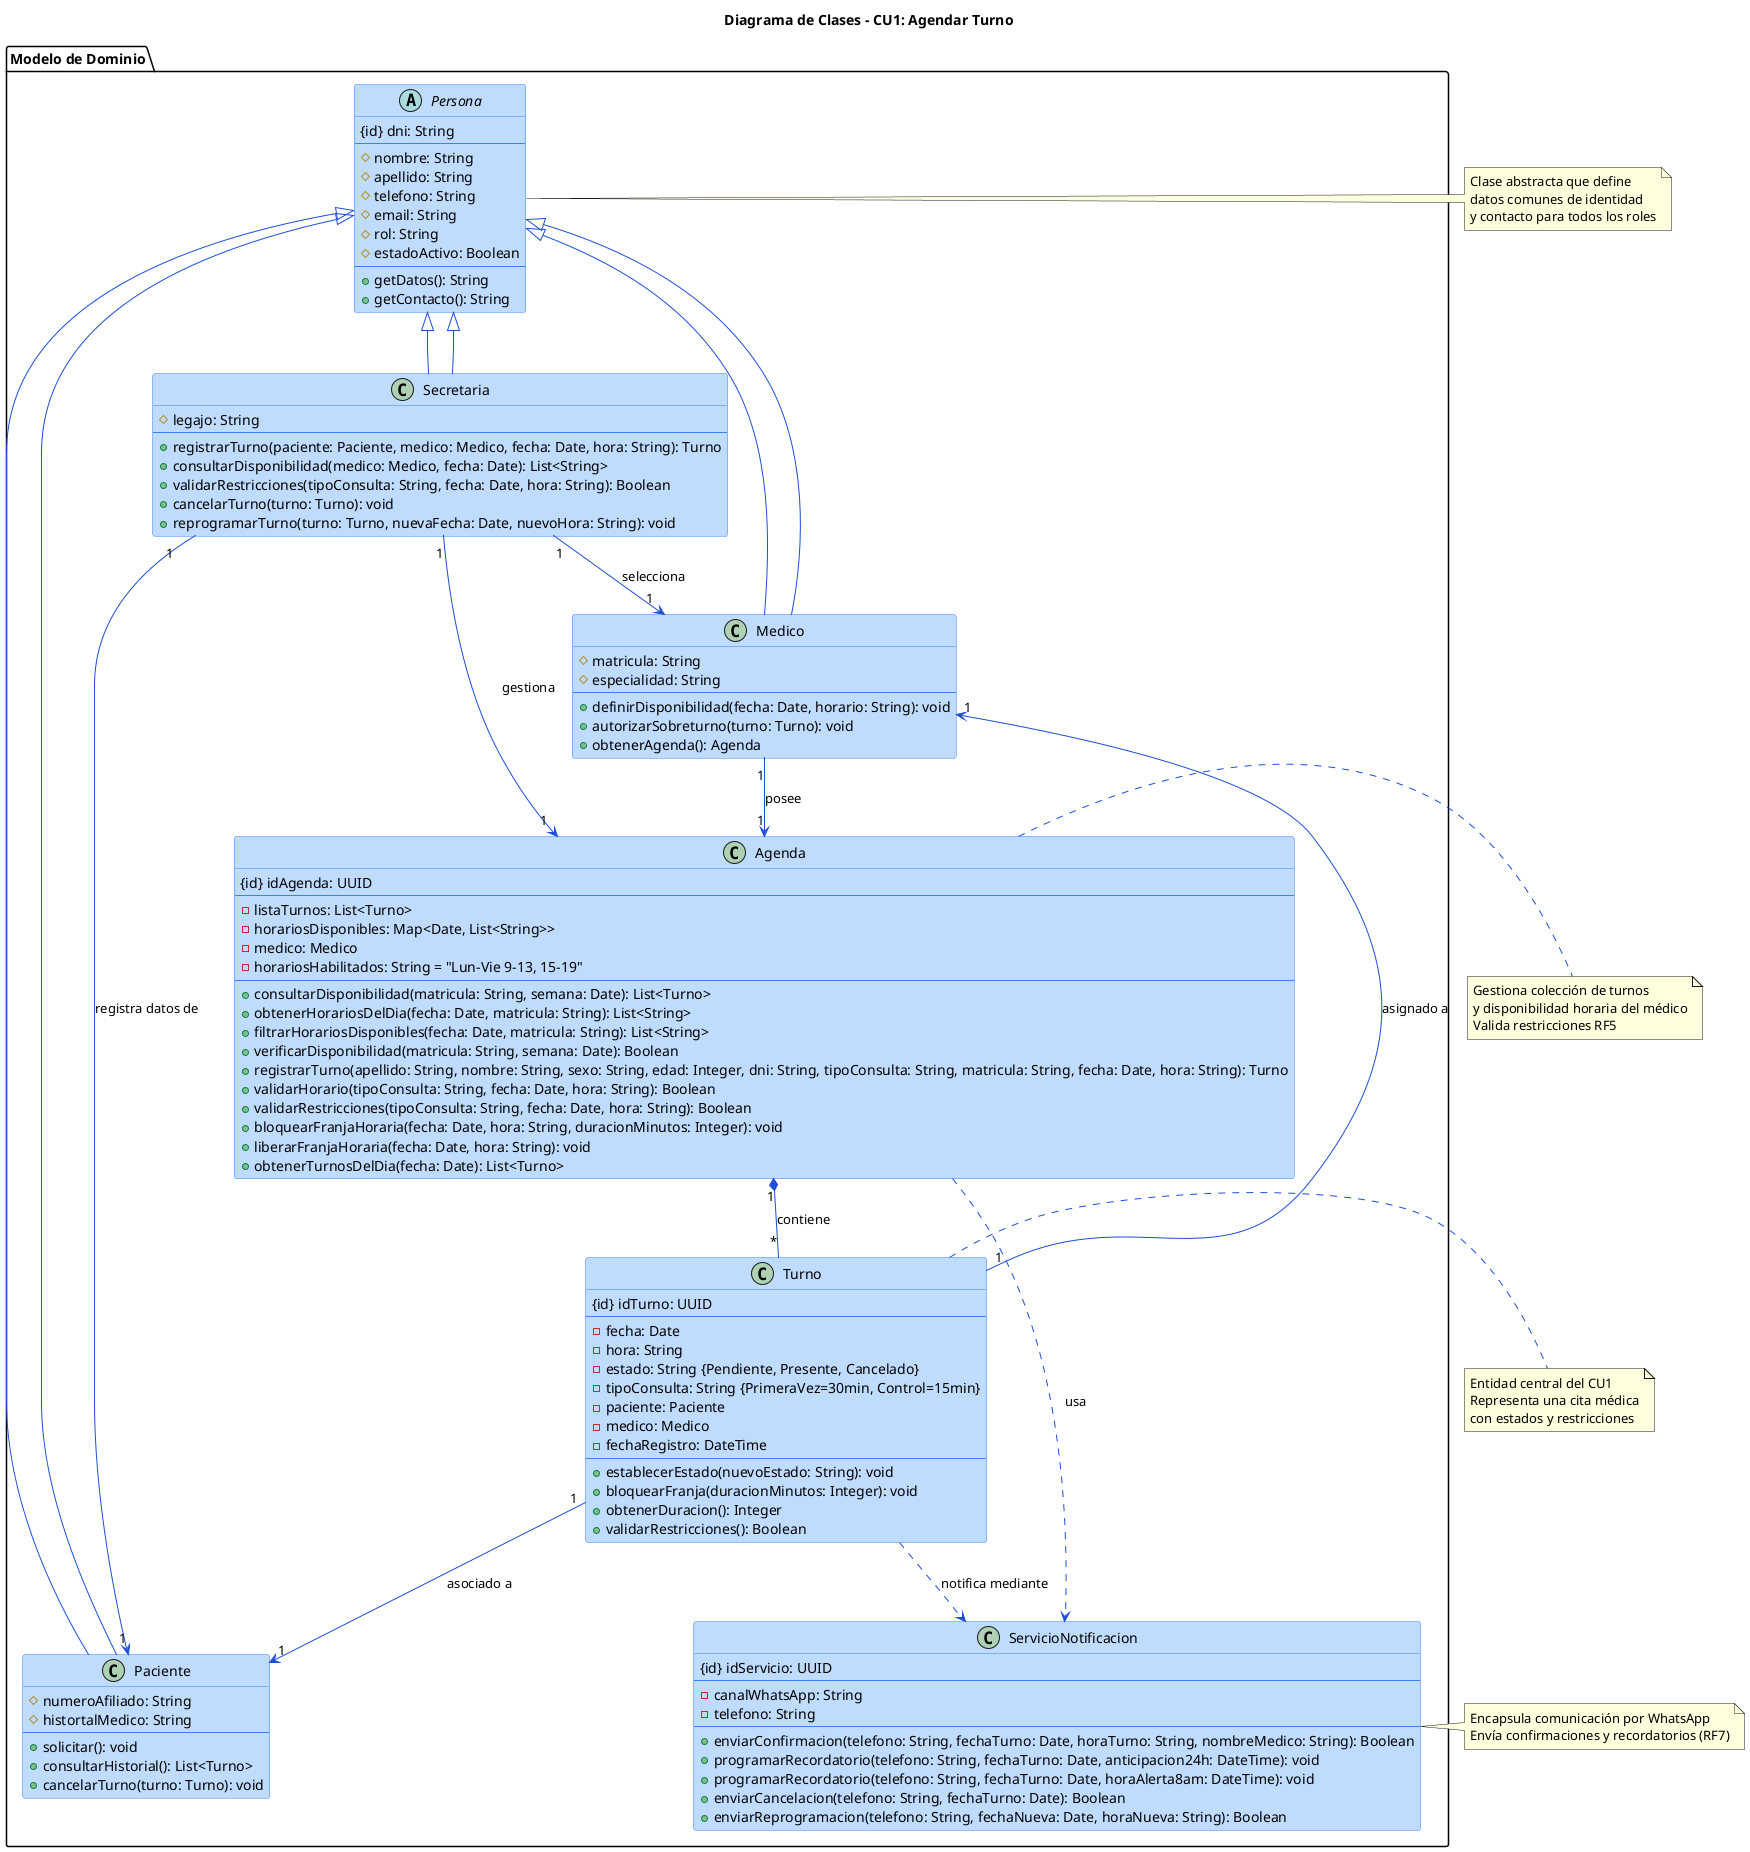
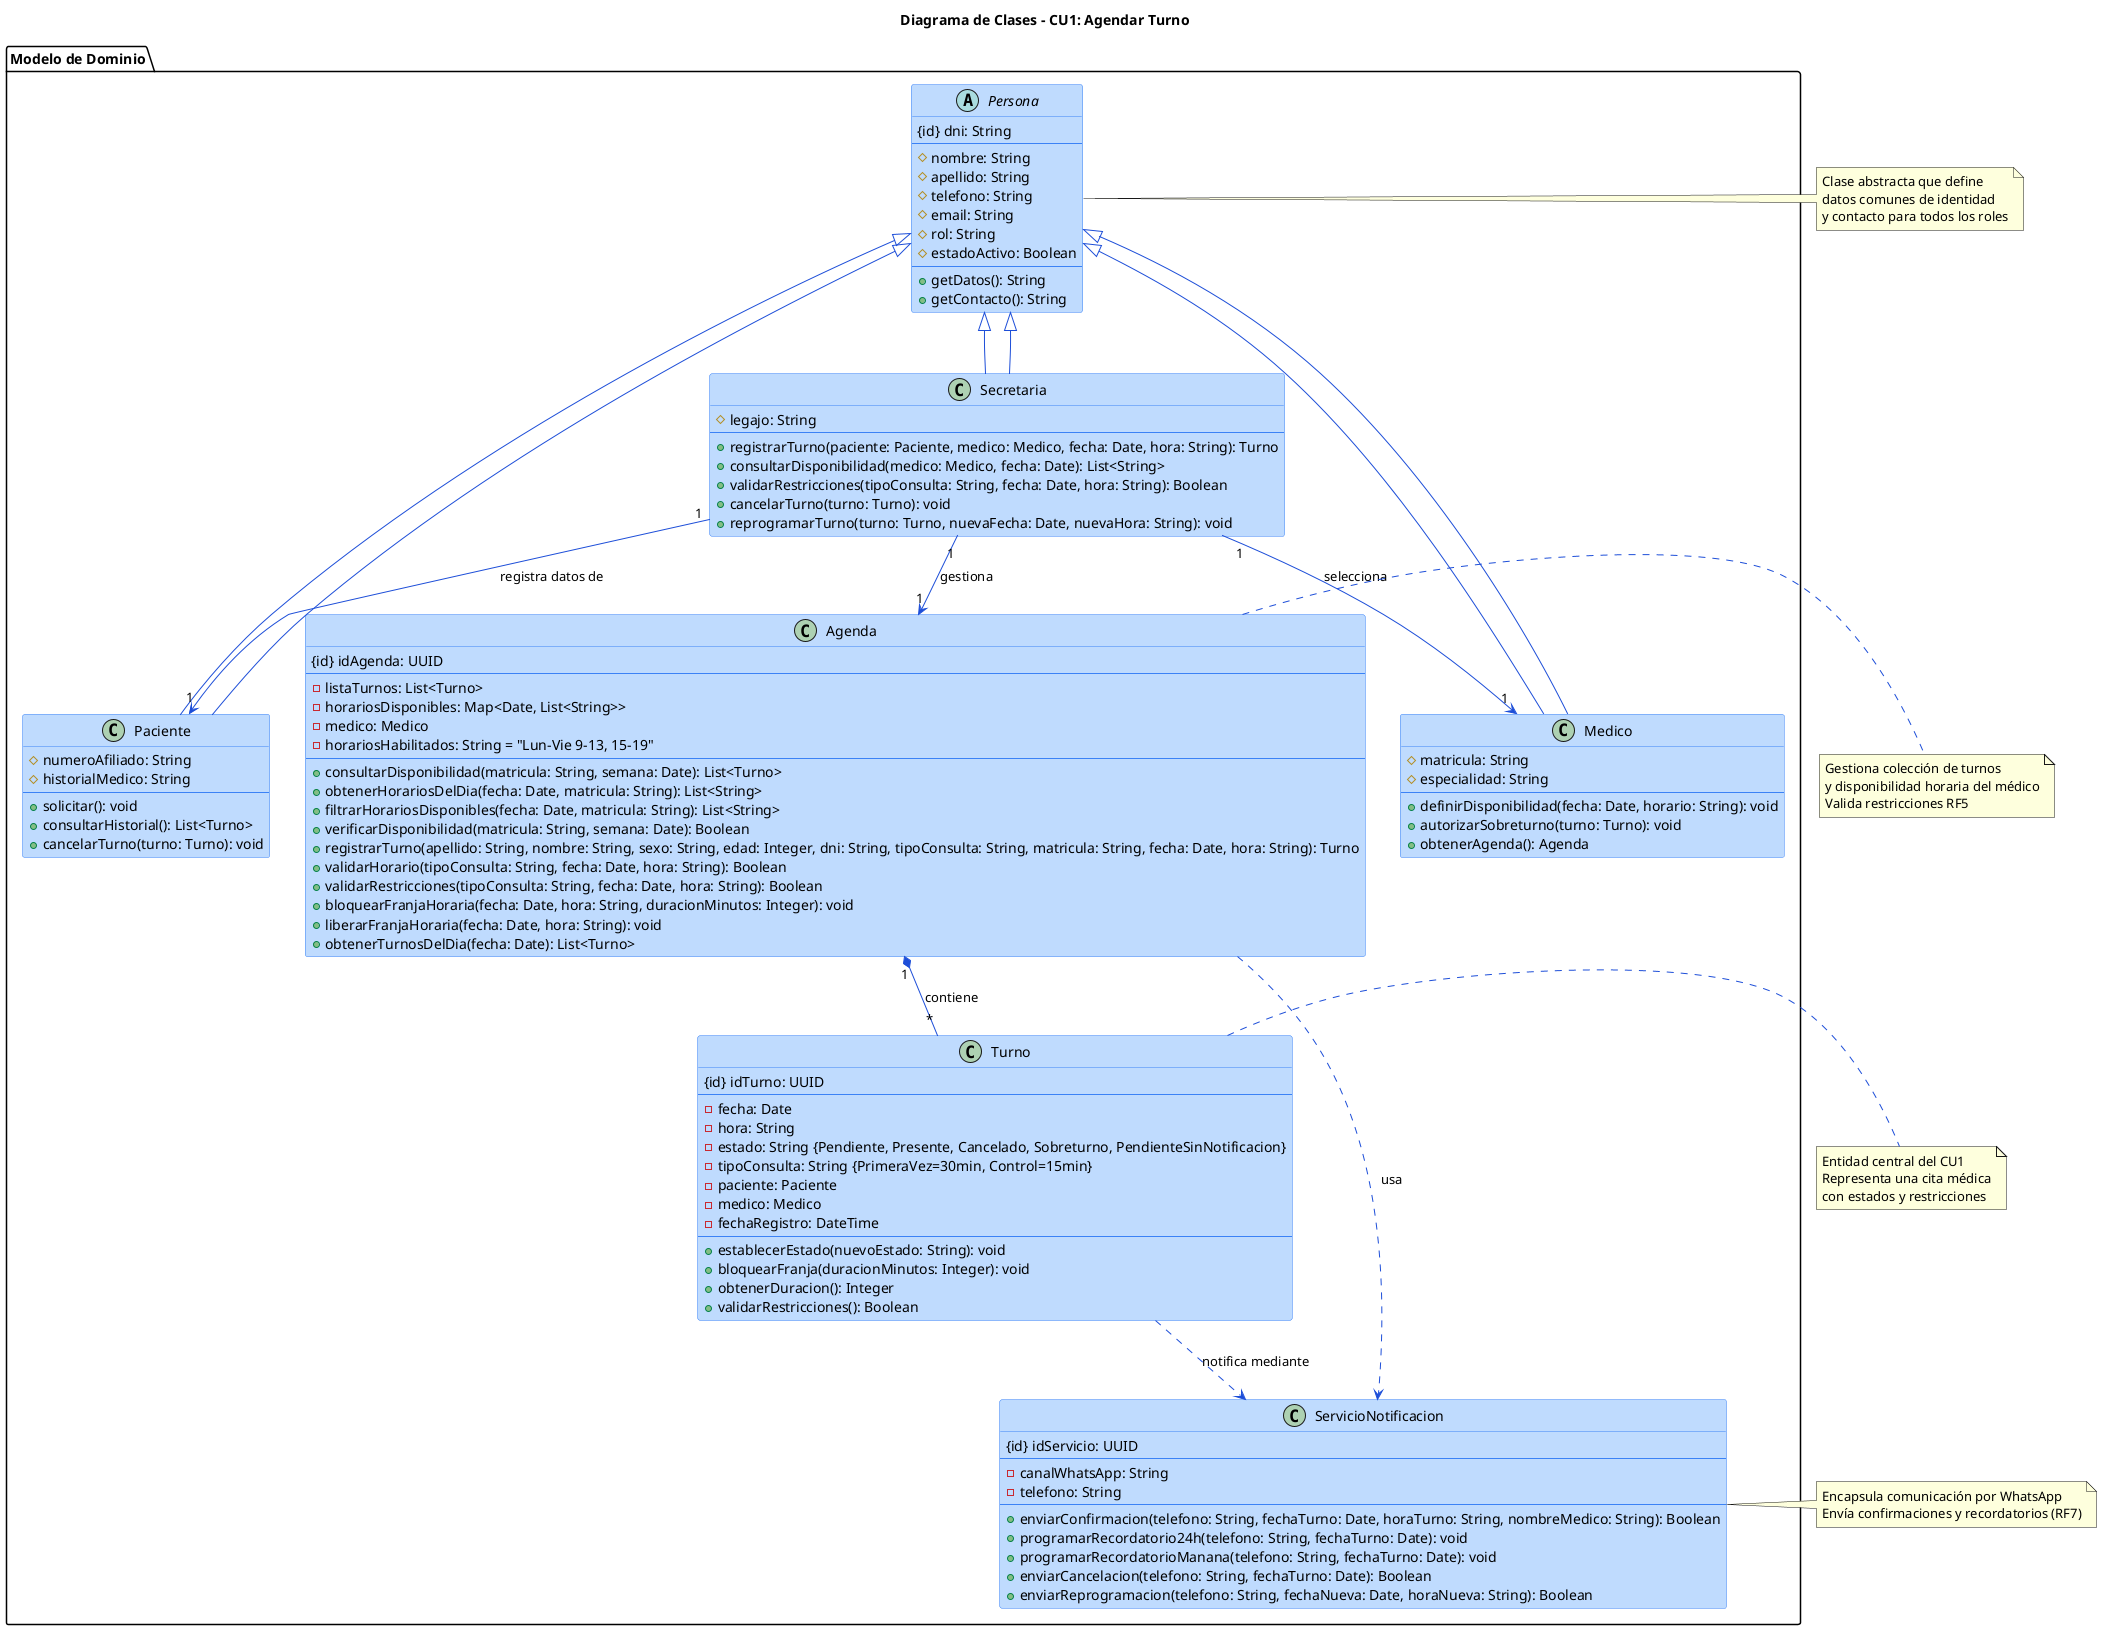
@startuml 01-clases-agendar-turno-01

!define ABSTRACT_COLOR #EFF6FF
!define CLASS_COLOR #BFDBFE
!define INTERFACE_COLOR #DBEAFE
!define ENTITY_COLOR #F0F9FF

skinparam backgroundColor #FFFFFF
skinparam classBackgroundColor CLASS_COLOR
skinparam classBorderColor #3B82F6
skinparam classArrowColor #1D4ED8
skinparam classHeaderBackgroundColor #BFDBFE

title Diagrama de Clases - CU1: Agendar Turno

package "Modelo de Dominio" {

    abstract class Persona {
        {id} dni: String
        --
        # nombre: String
        # apellido: String
        # telefono: String
        # email: String
        # rol: String
        # estadoActivo: Boolean
        --
        + getDatos(): String
        + getContacto(): String
    }

    class Paciente extends Persona {
        # numeroAfiliado: String
-         # histortalMedico: String
+         # historialMedico: String
        --
        + solicitar(): void
        + consultarHistorial(): List<Turno>
        + cancelarTurno(turno: Turno): void
    }

    class Medico extends Persona {
        # matricula: String
        # especialidad: String
        --
        + definirDisponibilidad(fecha: Date, horario: String): void
        + autorizarSobreturno(turno: Turno): void
        + obtenerAgenda(): Agenda
    }

    class Secretaria extends Persona {
        # legajo: String
        --
        + registrarTurno(paciente: Paciente, medico: Medico, fecha: Date, hora: String): Turno
        + consultarDisponibilidad(medico: Medico, fecha: Date): List<String>
        + validarRestricciones(tipoConsulta: String, fecha: Date, hora: String): Boolean
        + cancelarTurno(turno: Turno): void
-         + reprogramarTurno(turno: Turno, nuevaFecha: Date, nuevoHora: String): void
+         + reprogramarTurno(turno: Turno, nuevaFecha: Date, nuevaHora: String): void
    }

    class Turno {
        {id} idTurno: UUID
        --
        - fecha: Date
        - hora: String
-         - estado: String {Pendiente, Presente, Cancelado}
+         - estado: String {Pendiente, Presente, Cancelado, Sobreturno, PendienteSinNotificacion}
        - tipoConsulta: String {PrimeraVez=30min, Control=15min}
        - paciente: Paciente
        - medico: Medico
        - fechaRegistro: DateTime
        --
        + establecerEstado(nuevoEstado: String): void
        + bloquearFranja(duracionMinutos: Integer): void
        + obtenerDuracion(): Integer
        + validarRestricciones(): Boolean
    }

    class Agenda {
        {id} idAgenda: UUID
        --
        - listaTurnos: List<Turno>
        - horariosDisponibles: Map<Date, List<String>>
        - medico: Medico
        - horariosHabilitados: String = "Lun-Vie 9-13, 15-19"
        --
        + consultarDisponibilidad(matricula: String, semana: Date): List<Turno>
        + obtenerHorariosDelDia(fecha: Date, matricula: String): List<String>
        + filtrarHorariosDisponibles(fecha: Date, matricula: String): List<String>
        + verificarDisponibilidad(matricula: String, semana: Date): Boolean
        + registrarTurno(apellido: String, nombre: String, sexo: String, edad: Integer, dni: String, tipoConsulta: String, matricula: String, fecha: Date, hora: String): Turno
        + validarHorario(tipoConsulta: String, fecha: Date, hora: String): Boolean
        + validarRestricciones(tipoConsulta: String, fecha: Date, hora: String): Boolean
        + bloquearFranjaHoraria(fecha: Date, hora: String, duracionMinutos: Integer): void
        + liberarFranjaHoraria(fecha: Date, hora: String): void
        + obtenerTurnosDelDia(fecha: Date): List<Turno>
    }

    class ServicioNotificacion {
        {id} idServicio: UUID
        --
        - canalWhatsApp: String
        - telefono: String
        --
        + enviarConfirmacion(telefono: String, fechaTurno: Date, horaTurno: String, nombreMedico: String): Boolean
-         + programarRecordatorio(telefono: String, fechaTurno: Date, anticipacion24h: DateTime): void
-         + programarRecordatorio(telefono: String, fechaTurno: Date, horaAlerta8am: DateTime): void
+         + programarRecordatorio24h(telefono: String, fechaTurno: Date): void
+         + programarRecordatorioManana(telefono: String, fechaTurno: Date): void
        + enviarCancelacion(telefono: String, fechaTurno: Date): Boolean
        + enviarReprogramacion(telefono: String, fechaNueva: Date, horaNueva: String): Boolean
    }

    ' === Relaciones ===

    ' Herencia
    Persona <|-- Paciente
    Persona <|-- Medico
    Persona <|-- Secretaria

    ' Asociaciones
    Secretaria "1" --> "1" Agenda : gestiona
-     Medico "1" --> "1" Agenda : posee
    Secretaria "1" --> "1" Paciente : registra datos de
    Secretaria "1" --> "1" Medico : selecciona

    ' Agregación
    Agenda "1" *-- "*" Turno : contiene
- 
-     ' Composición/Asociación fuerte
-     Turno "1" --> "1" Paciente : asociado a
-     Turno "1" --> "1" Medico : asignado a

    ' Dependencia
    Agenda ..> ServicioNotificacion : usa
    Turno ..> ServicioNotificacion : notifica mediante

}

note right of Persona
    Clase abstracta que define
    datos comunes de identidad
    y contacto para todos los roles
end note

note right of Turno
    Entidad central del CU1
    Representa una cita médica
    con estados y restricciones
end note

note right of Agenda
    Gestiona colección de turnos
    y disponibilidad horaria del médico
    Valida restricciones RF5
end note

note right of ServicioNotificacion
    Encapsula comunicación por WhatsApp
    Envía confirmaciones y recordatorios (RF7)
end note

@enduml
